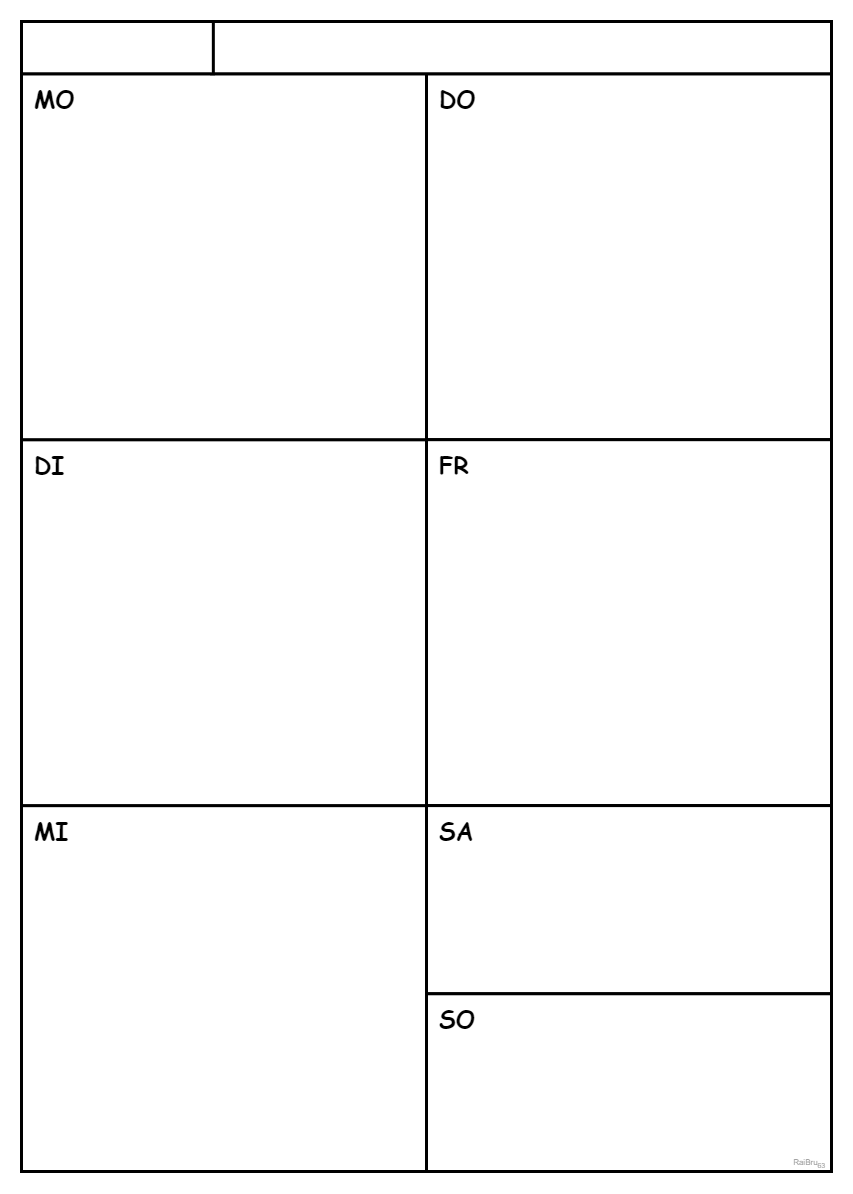
Before: src/res/Boox-Planner-Weekly-Block.png, a diagram exported from draw.io (raibru/note-planner). Source tidied: cells renumbered, new cells last; positions are measured from the earlier drawing's top-left corner, leaving out a move shared by most shapes.
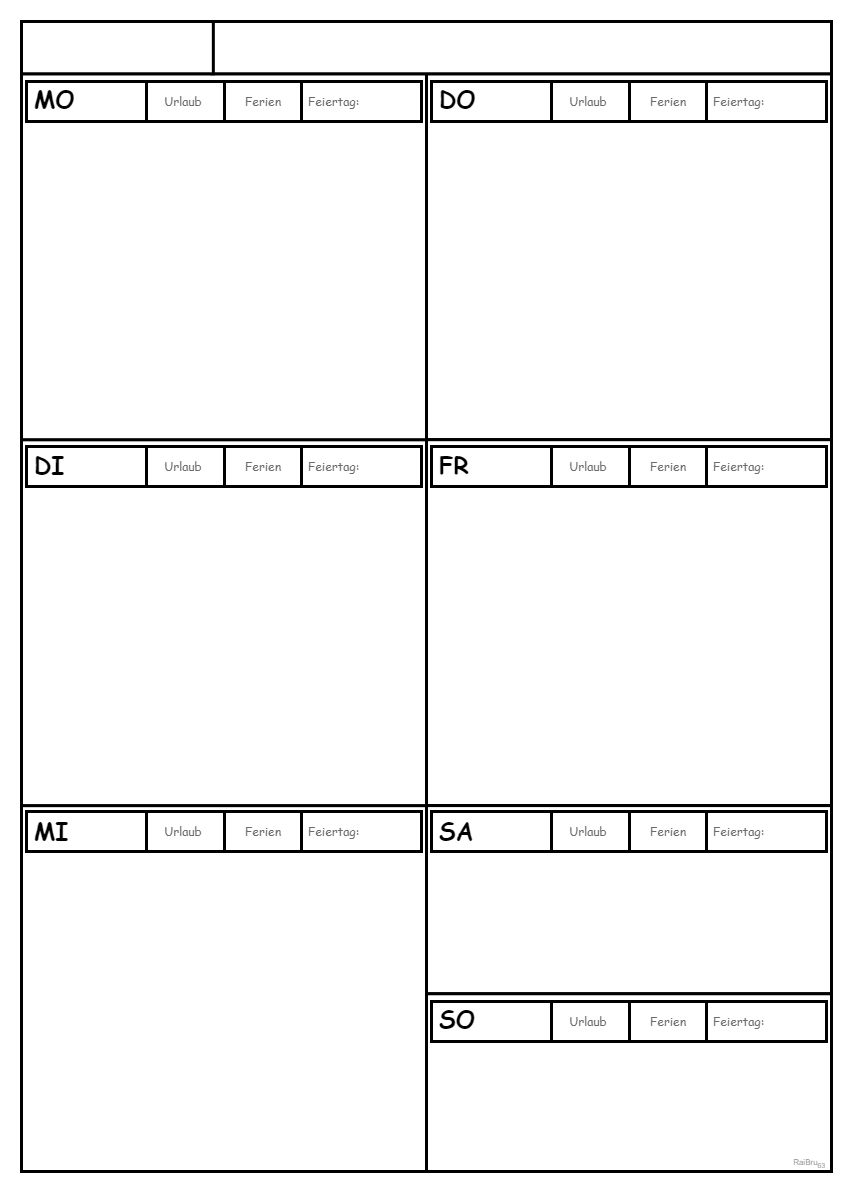
The same diagram one commit later.

Commit message:
FEAT(cal): add extended day fields in weekly view

Change to the diagram source:
```diff
@@ -29,24 +29,192 @@
     <mxCell id="10" style="rounded=0;whiteSpace=wrap;html=1;strokeWidth=3;" parent="2" vertex="1">
       <mxGeometry x="405" y="972.3" width="405" height="177.7" as="geometry" />
     </mxCell>
+    <mxCell id="22" value="&quot;" style="group;" parent="2" vertex="1">
+      <mxGeometry x="5" y="60" width="395" height="40" as="geometry" />
+    </mxCell>
+    <mxCell id="23" style="rounded=0;whiteSpace=wrap;html=1;strokeWidth=3;" parent="22" vertex="1">
+      <mxGeometry width="120" height="40" as="geometry" />
+    </mxCell>
+    <mxCell id="24" style="rounded=0;whiteSpace=wrap;html=1;strokeWidth=3;" parent="22" vertex="1">
+      <mxGeometry x="120" width="78" height="40" as="geometry" />
+    </mxCell>
+    <mxCell id="25" style="rounded=0;whiteSpace=wrap;html=1;strokeWidth=3;" parent="22" vertex="1">
+      <mxGeometry x="198" width="77" height="40" as="geometry" />
+    </mxCell>
+    <mxCell id="26" style="rounded=0;whiteSpace=wrap;html=1;strokeWidth=3;" parent="22" vertex="1">
+      <mxGeometry x="275" width="120" height="40" as="geometry" />
+    </mxCell>
+    <mxCell id="27" value="&lt;font color=&quot;#6b6b6b&quot; style=&quot;font-size: 12px; font-weight: normal;&quot;&gt;Urlaub&lt;/font&gt;" style="text;html=1;strokeColor=none;fillColor=none;align=center;verticalAlign=middle;whiteSpace=wrap;rounded=0;fontFamily=Comic Sans MS;fontSize=12;fontStyle=1;labelPosition=center;verticalLabelPosition=middle;" parent="22" vertex="1">
+      <mxGeometry x="125" y="5" width="64" height="30" as="geometry" />
+    </mxCell>
+    <mxCell id="28" value="&lt;font color=&quot;#6b6b6b&quot; style=&quot;font-size: 12px; font-weight: normal;&quot;&gt;Ferien&lt;/font&gt;" style="text;html=1;strokeColor=none;fillColor=none;align=center;verticalAlign=middle;whiteSpace=wrap;rounded=0;fontFamily=Comic Sans MS;fontSize=12;fontStyle=1;labelPosition=center;verticalLabelPosition=middle;" parent="22" vertex="1">
+      <mxGeometry x="204.5" y="5" width="64" height="30" as="geometry" />
+    </mxCell>
+    <mxCell id="29" value="&lt;font style=&quot;font-size: 12px; font-weight: normal;&quot; color=&quot;#6b6b6b&quot;&gt;Feiertag:&lt;/font&gt;" style="text;html=1;strokeColor=none;fillColor=none;align=left;verticalAlign=middle;whiteSpace=wrap;rounded=0;fontFamily=Comic Sans MS;fontSize=12;fontStyle=1;labelPosition=center;verticalLabelPosition=middle;" parent="22" vertex="1">
+      <mxGeometry x="280" y="5" width="110" height="30" as="geometry" />
+    </mxCell>
     <mxCell id="11" value="&lt;font style=&quot;font-size: 24px;&quot;&gt;MO&lt;/font&gt;" style="text;html=1;strokeColor=none;fillColor=none;align=left;verticalAlign=middle;whiteSpace=wrap;rounded=0;fontFamily=Comic Sans MS;fontSize=24;fontStyle=1;" parent="2" vertex="1">
       <mxGeometry x="10.7" y="62.7" width="63.9" height="31.4" as="geometry" />
     </mxCell>
+    <mxCell id="30" value="&quot;" style="group;" parent="2" vertex="1">
+      <mxGeometry x="5" y="425" width="395" height="40" as="geometry" />
+    </mxCell>
+    <mxCell id="31" style="rounded=0;whiteSpace=wrap;html=1;strokeWidth=3;" parent="30" vertex="1">
+      <mxGeometry width="120" height="40" as="geometry" />
+    </mxCell>
+    <mxCell id="32" style="rounded=0;whiteSpace=wrap;html=1;strokeWidth=3;" parent="30" vertex="1">
+      <mxGeometry x="120" width="78" height="40" as="geometry" />
+    </mxCell>
+    <mxCell id="33" style="rounded=0;whiteSpace=wrap;html=1;strokeWidth=3;" parent="30" vertex="1">
+      <mxGeometry x="198" width="77" height="40" as="geometry" />
+    </mxCell>
+    <mxCell id="34" style="rounded=0;whiteSpace=wrap;html=1;strokeWidth=3;" parent="30" vertex="1">
+      <mxGeometry x="275" width="120" height="40" as="geometry" />
+    </mxCell>
+    <mxCell id="35" value="&lt;font color=&quot;#6b6b6b&quot; style=&quot;font-size: 12px; font-weight: normal;&quot;&gt;Urlaub&lt;/font&gt;" style="text;html=1;strokeColor=none;fillColor=none;align=center;verticalAlign=middle;whiteSpace=wrap;rounded=0;fontFamily=Comic Sans MS;fontSize=12;fontStyle=1;labelPosition=center;verticalLabelPosition=middle;" parent="30" vertex="1">
+      <mxGeometry x="125" y="5" width="64" height="30" as="geometry" />
+    </mxCell>
+    <mxCell id="36" value="&lt;font color=&quot;#6b6b6b&quot; style=&quot;font-size: 12px; font-weight: normal;&quot;&gt;Ferien&lt;/font&gt;" style="text;html=1;strokeColor=none;fillColor=none;align=center;verticalAlign=middle;whiteSpace=wrap;rounded=0;fontFamily=Comic Sans MS;fontSize=12;fontStyle=1;labelPosition=center;verticalLabelPosition=middle;" parent="30" vertex="1">
+      <mxGeometry x="204.5" y="5" width="64" height="30" as="geometry" />
+    </mxCell>
+    <mxCell id="37" value="&lt;font style=&quot;font-size: 12px; font-weight: normal;&quot; color=&quot;#6b6b6b&quot;&gt;Feiertag:&lt;/font&gt;" style="text;html=1;strokeColor=none;fillColor=none;align=left;verticalAlign=middle;whiteSpace=wrap;rounded=0;fontFamily=Comic Sans MS;fontSize=12;fontStyle=1;labelPosition=center;verticalLabelPosition=middle;" parent="30" vertex="1">
+      <mxGeometry x="280" y="5" width="110" height="30" as="geometry" />
+    </mxCell>
     <mxCell id="12" value="&lt;font style=&quot;font-size: 24px&quot;&gt;DI&lt;/font&gt;" style="text;html=1;strokeColor=none;fillColor=none;align=left;verticalAlign=middle;whiteSpace=wrap;rounded=0;fontFamily=Comic Sans MS;fontSize=24;fontStyle=1;" parent="2" vertex="1">
       <mxGeometry x="10.7" y="428.6" width="63.9" height="31.4" as="geometry" />
     </mxCell>
+    <mxCell id="38" value="&quot;" style="group;" parent="2" vertex="1">
+      <mxGeometry x="5" y="790" width="395" height="40" as="geometry" />
+    </mxCell>
+    <mxCell id="39" style="rounded=0;whiteSpace=wrap;html=1;strokeWidth=3;" parent="38" vertex="1">
+      <mxGeometry width="120" height="40" as="geometry" />
+    </mxCell>
+    <mxCell id="40" style="rounded=0;whiteSpace=wrap;html=1;strokeWidth=3;" parent="38" vertex="1">
+      <mxGeometry x="120" width="78" height="40" as="geometry" />
+    </mxCell>
+    <mxCell id="41" style="rounded=0;whiteSpace=wrap;html=1;strokeWidth=3;" parent="38" vertex="1">
+      <mxGeometry x="198" width="77" height="40" as="geometry" />
+    </mxCell>
+    <mxCell id="42" style="rounded=0;whiteSpace=wrap;html=1;strokeWidth=3;" parent="38" vertex="1">
+      <mxGeometry x="275" width="120" height="40" as="geometry" />
+    </mxCell>
+    <mxCell id="43" value="&lt;font color=&quot;#6b6b6b&quot; style=&quot;font-size: 12px; font-weight: normal;&quot;&gt;Urlaub&lt;/font&gt;" style="text;html=1;strokeColor=none;fillColor=none;align=center;verticalAlign=middle;whiteSpace=wrap;rounded=0;fontFamily=Comic Sans MS;fontSize=12;fontStyle=1;labelPosition=center;verticalLabelPosition=middle;" parent="38" vertex="1">
+      <mxGeometry x="125" y="5" width="64" height="30" as="geometry" />
+    </mxCell>
+    <mxCell id="44" value="&lt;font color=&quot;#6b6b6b&quot; style=&quot;font-size: 12px; font-weight: normal;&quot;&gt;Ferien&lt;/font&gt;" style="text;html=1;strokeColor=none;fillColor=none;align=center;verticalAlign=middle;whiteSpace=wrap;rounded=0;fontFamily=Comic Sans MS;fontSize=12;fontStyle=1;labelPosition=center;verticalLabelPosition=middle;" parent="38" vertex="1">
+      <mxGeometry x="204.5" y="5" width="64" height="30" as="geometry" />
+    </mxCell>
+    <mxCell id="45" value="&lt;font style=&quot;font-size: 12px; font-weight: normal;&quot; color=&quot;#6b6b6b&quot;&gt;Feiertag:&lt;/font&gt;" style="text;html=1;strokeColor=none;fillColor=none;align=left;verticalAlign=middle;whiteSpace=wrap;rounded=0;fontFamily=Comic Sans MS;fontSize=12;fontStyle=1;labelPosition=center;verticalLabelPosition=middle;" parent="38" vertex="1">
+      <mxGeometry x="280" y="5" width="110" height="30" as="geometry" />
+    </mxCell>
     <mxCell id="13" value="&lt;font style=&quot;font-size: 24px&quot;&gt;MI&lt;/font&gt;" style="text;html=1;strokeColor=none;fillColor=none;align=left;verticalAlign=middle;whiteSpace=wrap;rounded=0;fontFamily=Comic Sans MS;fontSize=24;fontStyle=1;" parent="2" vertex="1">
       <mxGeometry x="10.7" y="794.5" width="63.9" height="31.4" as="geometry" />
     </mxCell>
+    <mxCell id="46" style="group;" parent="2" vertex="1">
+      <mxGeometry x="410" y="60" width="395" height="40" as="geometry" />
+    </mxCell>
+    <mxCell id="47" style="rounded=0;whiteSpace=wrap;html=1;strokeWidth=3;" parent="46" vertex="1">
+      <mxGeometry width="120" height="40" as="geometry" />
+    </mxCell>
+    <mxCell id="48" style="rounded=0;whiteSpace=wrap;html=1;strokeWidth=3;" parent="46" vertex="1">
+      <mxGeometry x="120" width="78" height="40" as="geometry" />
+    </mxCell>
+    <mxCell id="49" style="rounded=0;whiteSpace=wrap;html=1;strokeWidth=3;" parent="46" vertex="1">
+      <mxGeometry x="198" width="77" height="40" as="geometry" />
+    </mxCell>
+    <mxCell id="50" style="rounded=0;whiteSpace=wrap;html=1;strokeWidth=3;" parent="46" vertex="1">
+      <mxGeometry x="275" width="120" height="40" as="geometry" />
+    </mxCell>
+    <mxCell id="51" value="&lt;font color=&quot;#6b6b6b&quot; style=&quot;font-size: 12px; font-weight: normal;&quot;&gt;Urlaub&lt;/font&gt;" style="text;html=1;strokeColor=none;fillColor=none;align=center;verticalAlign=middle;whiteSpace=wrap;rounded=0;fontFamily=Comic Sans MS;fontSize=12;fontStyle=1;labelPosition=center;verticalLabelPosition=middle;" parent="46" vertex="1">
+      <mxGeometry x="125" y="5" width="64" height="30" as="geometry" />
+    </mxCell>
+    <mxCell id="52" value="&lt;font color=&quot;#6b6b6b&quot; style=&quot;font-size: 12px; font-weight: normal;&quot;&gt;Ferien&lt;/font&gt;" style="text;html=1;strokeColor=none;fillColor=none;align=center;verticalAlign=middle;whiteSpace=wrap;rounded=0;fontFamily=Comic Sans MS;fontSize=12;fontStyle=1;labelPosition=center;verticalLabelPosition=middle;" parent="46" vertex="1">
+      <mxGeometry x="204.5" y="5" width="64" height="30" as="geometry" />
+    </mxCell>
+    <mxCell id="53" value="&lt;font style=&quot;font-size: 12px; font-weight: normal;&quot; color=&quot;#6b6b6b&quot;&gt;Feiertag:&lt;/font&gt;" style="text;html=1;strokeColor=none;fillColor=none;align=left;verticalAlign=middle;whiteSpace=wrap;rounded=0;fontFamily=Comic Sans MS;fontSize=12;fontStyle=1;labelPosition=center;verticalLabelPosition=middle;" parent="46" vertex="1">
+      <mxGeometry x="280" y="5" width="110" height="30" as="geometry" />
+    </mxCell>
     <mxCell id="14" value="&lt;font style=&quot;font-size: 24px&quot;&gt;DO&lt;/font&gt;" style="text;html=1;strokeColor=none;fillColor=none;align=left;verticalAlign=middle;whiteSpace=wrap;rounded=0;fontFamily=Comic Sans MS;fontSize=24;fontStyle=1;" parent="2" vertex="1">
       <mxGeometry x="415.7" y="62.7" width="63.9" height="31.4" as="geometry" />
     </mxCell>
+    <mxCell id="54" value="&quot;" style="group;" parent="2" vertex="1">
+      <mxGeometry x="410" y="425" width="395" height="40" as="geometry" />
+    </mxCell>
+    <mxCell id="55" style="rounded=0;whiteSpace=wrap;html=1;strokeWidth=3;" parent="54" vertex="1">
+      <mxGeometry width="120" height="40" as="geometry" />
+    </mxCell>
+    <mxCell id="56" style="rounded=0;whiteSpace=wrap;html=1;strokeWidth=3;" parent="54" vertex="1">
+      <mxGeometry x="120" width="78" height="40" as="geometry" />
+    </mxCell>
+    <mxCell id="57" style="rounded=0;whiteSpace=wrap;html=1;strokeWidth=3;" parent="54" vertex="1">
+      <mxGeometry x="198" width="77" height="40" as="geometry" />
+    </mxCell>
+    <mxCell id="58" style="rounded=0;whiteSpace=wrap;html=1;strokeWidth=3;" parent="54" vertex="1">
+      <mxGeometry x="275" width="120" height="40" as="geometry" />
+    </mxCell>
+    <mxCell id="59" value="&lt;font color=&quot;#6b6b6b&quot; style=&quot;font-size: 12px; font-weight: normal;&quot;&gt;Urlaub&lt;/font&gt;" style="text;html=1;strokeColor=none;fillColor=none;align=center;verticalAlign=middle;whiteSpace=wrap;rounded=0;fontFamily=Comic Sans MS;fontSize=12;fontStyle=1;labelPosition=center;verticalLabelPosition=middle;" parent="54" vertex="1">
+      <mxGeometry x="125" y="5" width="64" height="30" as="geometry" />
+    </mxCell>
+    <mxCell id="60" value="&lt;font color=&quot;#6b6b6b&quot; style=&quot;font-size: 12px; font-weight: normal;&quot;&gt;Ferien&lt;/font&gt;" style="text;html=1;strokeColor=none;fillColor=none;align=center;verticalAlign=middle;whiteSpace=wrap;rounded=0;fontFamily=Comic Sans MS;fontSize=12;fontStyle=1;labelPosition=center;verticalLabelPosition=middle;" parent="54" vertex="1">
+      <mxGeometry x="204.5" y="5" width="64" height="30" as="geometry" />
+    </mxCell>
+    <mxCell id="61" value="&lt;font style=&quot;font-size: 12px; font-weight: normal;&quot; color=&quot;#6b6b6b&quot;&gt;Feiertag:&lt;/font&gt;" style="text;html=1;strokeColor=none;fillColor=none;align=left;verticalAlign=middle;whiteSpace=wrap;rounded=0;fontFamily=Comic Sans MS;fontSize=12;fontStyle=1;labelPosition=center;verticalLabelPosition=middle;" parent="54" vertex="1">
+      <mxGeometry x="280" y="5" width="110" height="30" as="geometry" />
+    </mxCell>
     <mxCell id="15" value="&lt;font style=&quot;font-size: 24px&quot;&gt;FR&lt;/font&gt;" style="text;html=1;strokeColor=none;fillColor=none;align=left;verticalAlign=middle;whiteSpace=wrap;rounded=0;fontFamily=Comic Sans MS;fontSize=24;fontStyle=1;" parent="2" vertex="1">
       <mxGeometry x="415.7" y="428.6" width="63.9" height="31.4" as="geometry" />
     </mxCell>
+    <mxCell id="62" value="&quot;" style="group;" parent="2" vertex="1">
+      <mxGeometry x="410" y="790" width="395" height="40" as="geometry" />
+    </mxCell>
+    <mxCell id="63" style="rounded=0;whiteSpace=wrap;html=1;strokeWidth=3;" parent="62" vertex="1">
+      <mxGeometry width="120" height="40" as="geometry" />
+    </mxCell>
+    <mxCell id="64" style="rounded=0;whiteSpace=wrap;html=1;strokeWidth=3;" parent="62" vertex="1">
+      <mxGeometry x="120" width="78" height="40" as="geometry" />
+    </mxCell>
+    <mxCell id="65" style="rounded=0;whiteSpace=wrap;html=1;strokeWidth=3;" parent="62" vertex="1">
+      <mxGeometry x="198" width="77" height="40" as="geometry" />
+    </mxCell>
+    <mxCell id="66" style="rounded=0;whiteSpace=wrap;html=1;strokeWidth=3;" parent="62" vertex="1">
+      <mxGeometry x="275" width="120" height="40" as="geometry" />
+    </mxCell>
+    <mxCell id="67" value="&lt;font color=&quot;#6b6b6b&quot; style=&quot;font-size: 12px; font-weight: normal;&quot;&gt;Urlaub&lt;/font&gt;" style="text;html=1;strokeColor=none;fillColor=none;align=center;verticalAlign=middle;whiteSpace=wrap;rounded=0;fontFamily=Comic Sans MS;fontSize=12;fontStyle=1;labelPosition=center;verticalLabelPosition=middle;" parent="62" vertex="1">
+      <mxGeometry x="125" y="5" width="64" height="30" as="geometry" />
+    </mxCell>
+    <mxCell id="68" value="&lt;font color=&quot;#6b6b6b&quot; style=&quot;font-size: 12px; font-weight: normal;&quot;&gt;Ferien&lt;/font&gt;" style="text;html=1;strokeColor=none;fillColor=none;align=center;verticalAlign=middle;whiteSpace=wrap;rounded=0;fontFamily=Comic Sans MS;fontSize=12;fontStyle=1;labelPosition=center;verticalLabelPosition=middle;" parent="62" vertex="1">
+      <mxGeometry x="204.5" y="5" width="64" height="30" as="geometry" />
+    </mxCell>
+    <mxCell id="69" value="&lt;font style=&quot;font-size: 12px; font-weight: normal;&quot; color=&quot;#6b6b6b&quot;&gt;Feiertag:&lt;/font&gt;" style="text;html=1;strokeColor=none;fillColor=none;align=left;verticalAlign=middle;whiteSpace=wrap;rounded=0;fontFamily=Comic Sans MS;fontSize=12;fontStyle=1;labelPosition=center;verticalLabelPosition=middle;" parent="62" vertex="1">
+      <mxGeometry x="280" y="5" width="110" height="30" as="geometry" />
+    </mxCell>
     <mxCell id="16" value="&lt;font style=&quot;font-size: 24px&quot;&gt;SA&lt;/font&gt;" style="text;html=1;strokeColor=none;fillColor=none;align=left;verticalAlign=middle;whiteSpace=wrap;rounded=0;fontFamily=Comic Sans MS;fontSize=24;fontStyle=1;" parent="2" vertex="1">
       <mxGeometry x="415.7" y="794.5" width="63.9" height="31.4" as="geometry" />
     </mxCell>
+    <mxCell id="70" value="&quot;" style="group;" parent="2" vertex="1">
+      <mxGeometry x="410" y="980" width="395" height="40" as="geometry" />
+    </mxCell>
+    <mxCell id="71" style="rounded=0;whiteSpace=wrap;html=1;strokeWidth=3;" parent="70" vertex="1">
+      <mxGeometry width="120" height="40" as="geometry" />
+    </mxCell>
+    <mxCell id="72" style="rounded=0;whiteSpace=wrap;html=1;strokeWidth=3;" parent="70" vertex="1">
+      <mxGeometry x="120" width="78" height="40" as="geometry" />
+    </mxCell>
+    <mxCell id="73" style="rounded=0;whiteSpace=wrap;html=1;strokeWidth=3;" parent="70" vertex="1">
+      <mxGeometry x="198" width="77" height="40" as="geometry" />
+    </mxCell>
+    <mxCell id="74" style="rounded=0;whiteSpace=wrap;html=1;strokeWidth=3;" parent="70" vertex="1">
+      <mxGeometry x="275" width="120" height="40" as="geometry" />
+    </mxCell>
+    <mxCell id="75" value="&lt;font color=&quot;#6b6b6b&quot; style=&quot;font-size: 12px; font-weight: normal;&quot;&gt;Urlaub&lt;/font&gt;" style="text;html=1;strokeColor=none;fillColor=none;align=center;verticalAlign=middle;whiteSpace=wrap;rounded=0;fontFamily=Comic Sans MS;fontSize=12;fontStyle=1;labelPosition=center;verticalLabelPosition=middle;" parent="70" vertex="1">
+      <mxGeometry x="125" y="5" width="64" height="30" as="geometry" />
+    </mxCell>
+    <mxCell id="76" value="&lt;font color=&quot;#6b6b6b&quot; style=&quot;font-size: 12px; font-weight: normal;&quot;&gt;Ferien&lt;/font&gt;" style="text;html=1;strokeColor=none;fillColor=none;align=center;verticalAlign=middle;whiteSpace=wrap;rounded=0;fontFamily=Comic Sans MS;fontSize=12;fontStyle=1;labelPosition=center;verticalLabelPosition=middle;" parent="70" vertex="1">
+      <mxGeometry x="204.5" y="5" width="64" height="30" as="geometry" />
+    </mxCell>
+    <mxCell id="77" value="&lt;font style=&quot;font-size: 12px; font-weight: normal;&quot; color=&quot;#6b6b6b&quot;&gt;Feiertag:&lt;/font&gt;" style="text;html=1;strokeColor=none;fillColor=none;align=left;verticalAlign=middle;whiteSpace=wrap;rounded=0;fontFamily=Comic Sans MS;fontSize=12;fontStyle=1;labelPosition=center;verticalLabelPosition=middle;" parent="70" vertex="1">
+      <mxGeometry x="280" y="5" width="110" height="30" as="geometry" />
+    </mxCell>
     <mxCell id="17" value="&lt;font style=&quot;font-size: 24px&quot;&gt;SO&lt;/font&gt;" style="text;html=1;strokeColor=none;fillColor=none;align=left;verticalAlign=middle;whiteSpace=wrap;rounded=0;fontFamily=Comic Sans MS;fontSize=24;fontStyle=1;" parent="2" vertex="1">
       <mxGeometry x="415.7" y="982.7" width="63.9" height="31.4" as="geometry" />
     </mxCell>
```
